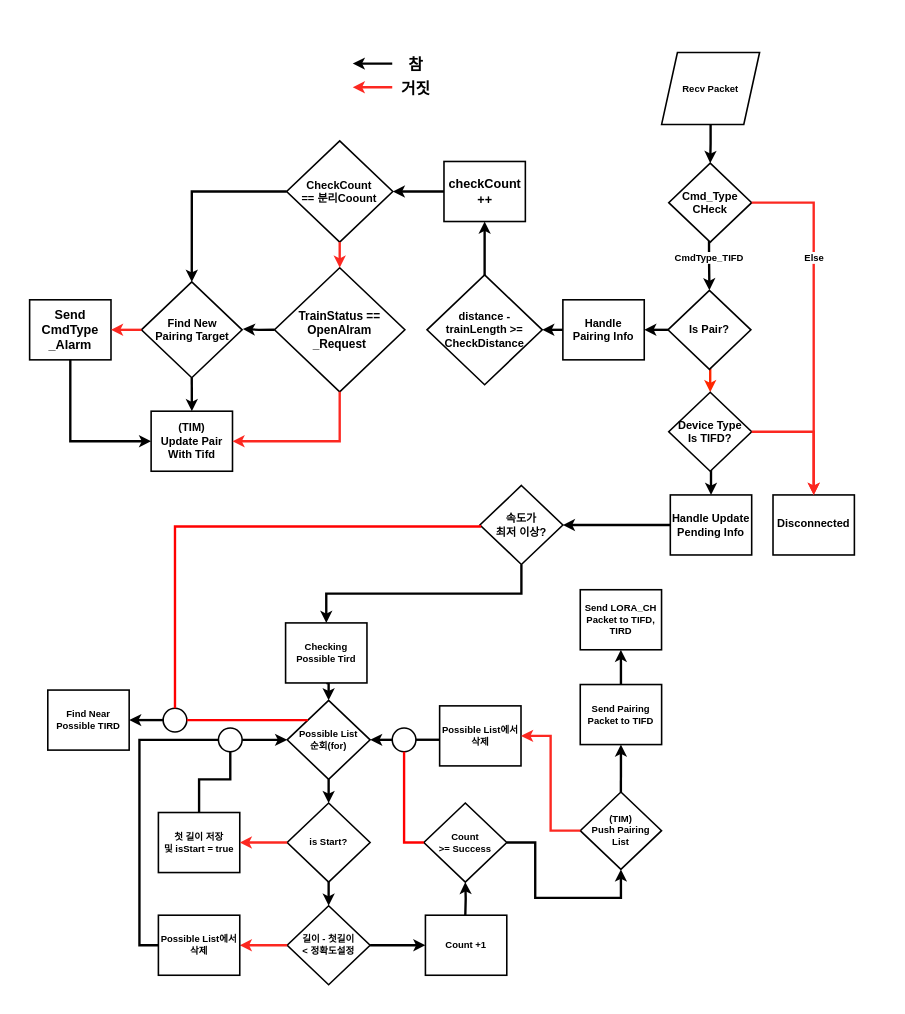
Above: docs/FlowChart/TIFD_FlowChart.drawio in Hong-Study/Etri (draw.io), before the change. Source tidied: cells renumbered, new cells numbered last; positions are measured from the earlier drawing's top-left corner, leaving out a move shared by most shapes. Both pictures are drawn from the tidied source at 79%, with x=0, y=0 at pixel (13, 13).
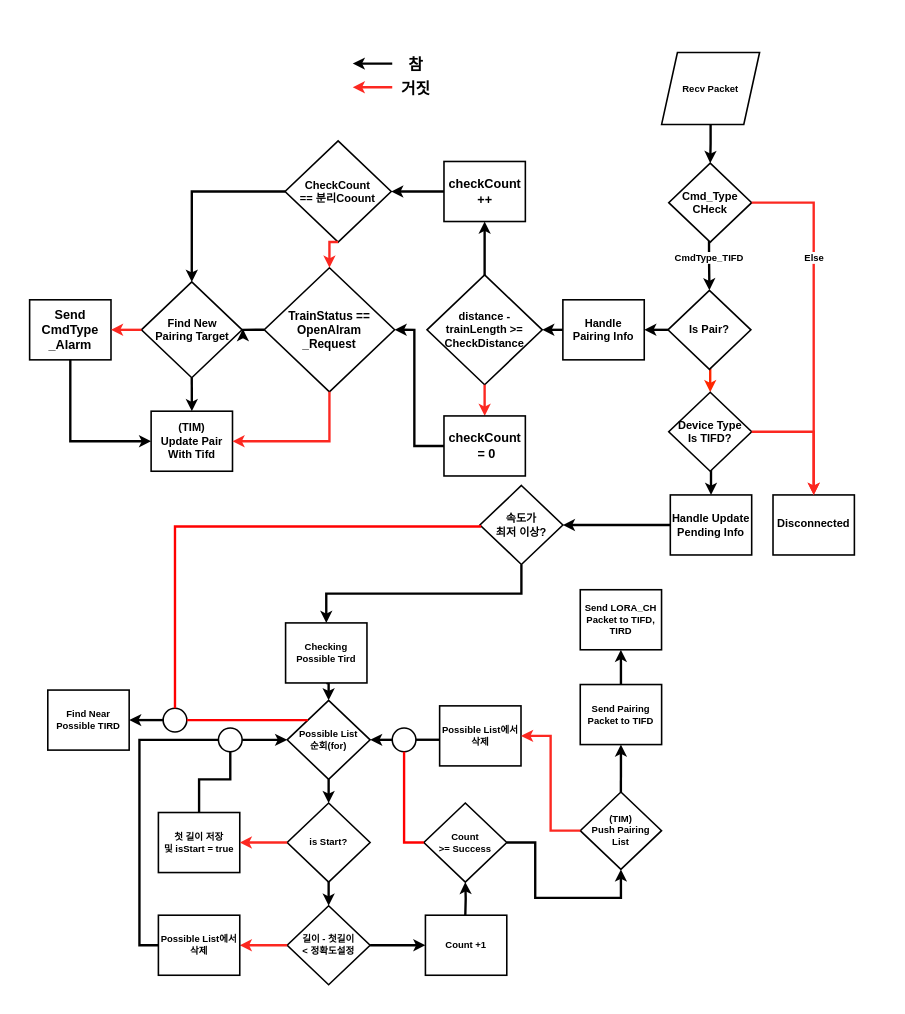
The same page after the edit.

The change refers to these unchanged cells:
```xml
<mxCell id="58" value="distance - trainLength &amp;gt;=&lt;br style=&quot;font-size: 14px;&quot;&gt;CheckDistance" style="rhombus;whiteSpace=wrap;html=1;fontStyle=1;strokeWidth=2;fontSize=14;" parent="1" vertex="1">
  <mxGeometry x="523" y="330.5" width="145.9" height="139" as="geometry" />
</mxCell>
```

Change to the diagram source:
```diff
@@
     <mxCell id="56" value="TrainStatus == OpenAlram&lt;br style=&quot;font-size: 15px;&quot;&gt;_Request" style="rhombus;whiteSpace=wrap;html=1;fontStyle=1;strokeWidth=2;fontSize=15;" parent="1" vertex="1">
-      <mxGeometry x="330" y="321.4" width="165" height="157.1" as="geometry" />
+      <mxGeometry x="317" y="321.4" width="165" height="157.1" as="geometry" />
     </mxCell>
@@
     <mxCell id="62" value="CheckCount&lt;br style=&quot;font-size: 14px;&quot;&gt;== 분리Coount" style="rhombus;whiteSpace=wrap;html=1;fontStyle=1;strokeWidth=2;fontSize=14;" parent="1" vertex="1">
-      <mxGeometry x="345.3" y="160.9" width="134.4" height="128" as="geometry" />
+      <mxGeometry x="343.3" y="160.9" width="134.4" height="128" as="geometry" />
     </mxCell>
@@
+    <mxCell id="78" style="edgeStyle=orthogonalEdgeStyle;rounded=0;jettySize=auto;html=1;exitX=0.5;exitY=1;exitDx=0;exitDy=0;entryX=0.5;entryY=0;entryDx=0;entryDy=0;fontStyle=1;strokeWidth=3;strokeColor=#FC2821;" parent="1" edge="1" source="58" target="79">
+      <mxGeometry relative="1" as="geometry" />
+    </mxCell>
+    <mxCell id="79" value="checkCount&lt;br&gt;&amp;nbsp;= 0" style="rounded=0;whiteSpace=wrap;fontStyle=1;html=1;strokeWidth=2;fontSize=16;" parent="1" vertex="1">
+      <mxGeometry x="544.5" y="509" width="103" height="76" as="geometry" />
+    </mxCell>
+    <mxCell id="80" style="edgeStyle=orthogonalEdgeStyle;rounded=0;jettySize=auto;html=1;exitX=0;exitY=0.5;exitDx=0;exitDy=0;entryX=1;entryY=0.5;entryDx=0;entryDy=0;fontStyle=1;strokeWidth=3;" parent="1" edge="1" source="79" target="56">
+      <mxGeometry relative="1" as="geometry">
+        <Array as="points">
+          <mxPoint x="507" y="547" />
+          <mxPoint x="507" y="400" />
+        </Array>
+      </mxGeometry>
+    </mxCell>
```
